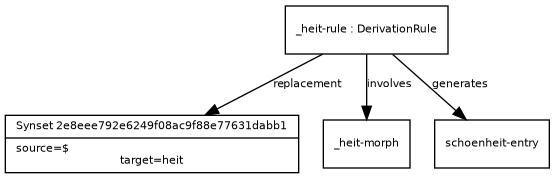
ontolex/morph keeps this Graphviz diagram as examples/example_20.png. Above is the earlier version. Its source is kept beside it as examples/example_20.dot.
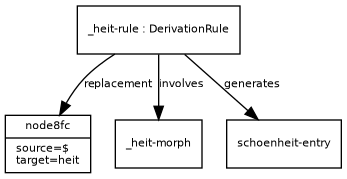
The same file after the commit.

Change to the diagram source:
```diff
@@ -13,8 +13,8 @@
       fontsize = 8
     ]
 
-Synset2e8eee792e6249f08ac9f88e77631dabb1 [ label="{Synset 2e8eee792e6249f08ac9f88e77631dabb1|source=$\ltarget=heit}" ]
-_heitrule -> Synset2e8eee792e6249f08ac9f88e77631dabb1 [ label="replacement" ]
+node8fc [ label="{node8fc|source=$\ltarget=heit}" ]
+_heitrule -> node8fc [ label="replacement" ]
 _heitmorph [ label="{_heit-morph}" ]
 _heitrule -> _heitmorph [ label="involves" ]
 schoenheitentry [ label="{schoenheit-entry}" ]
```
